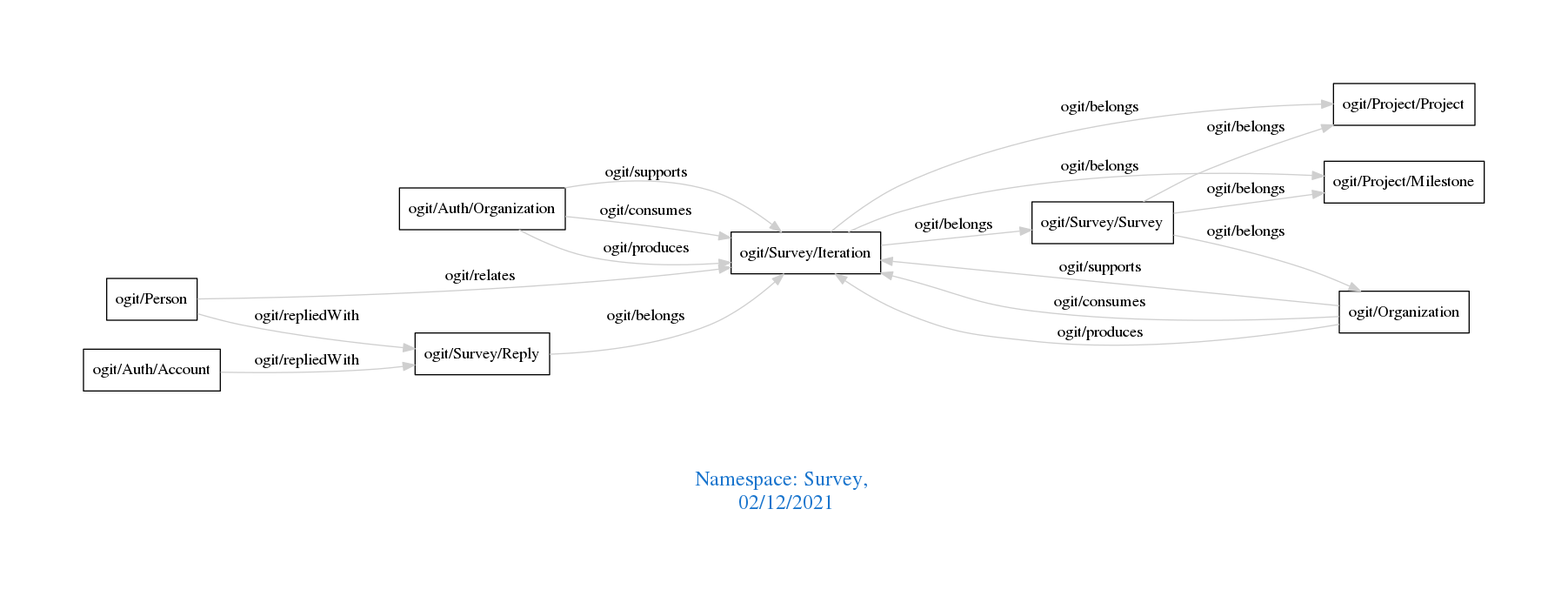
arago/OGIT keeps this Graphviz diagram as downloads/Survey.png. Above is the earlier version. Its source is kept beside it as downloads/Survey.dot.
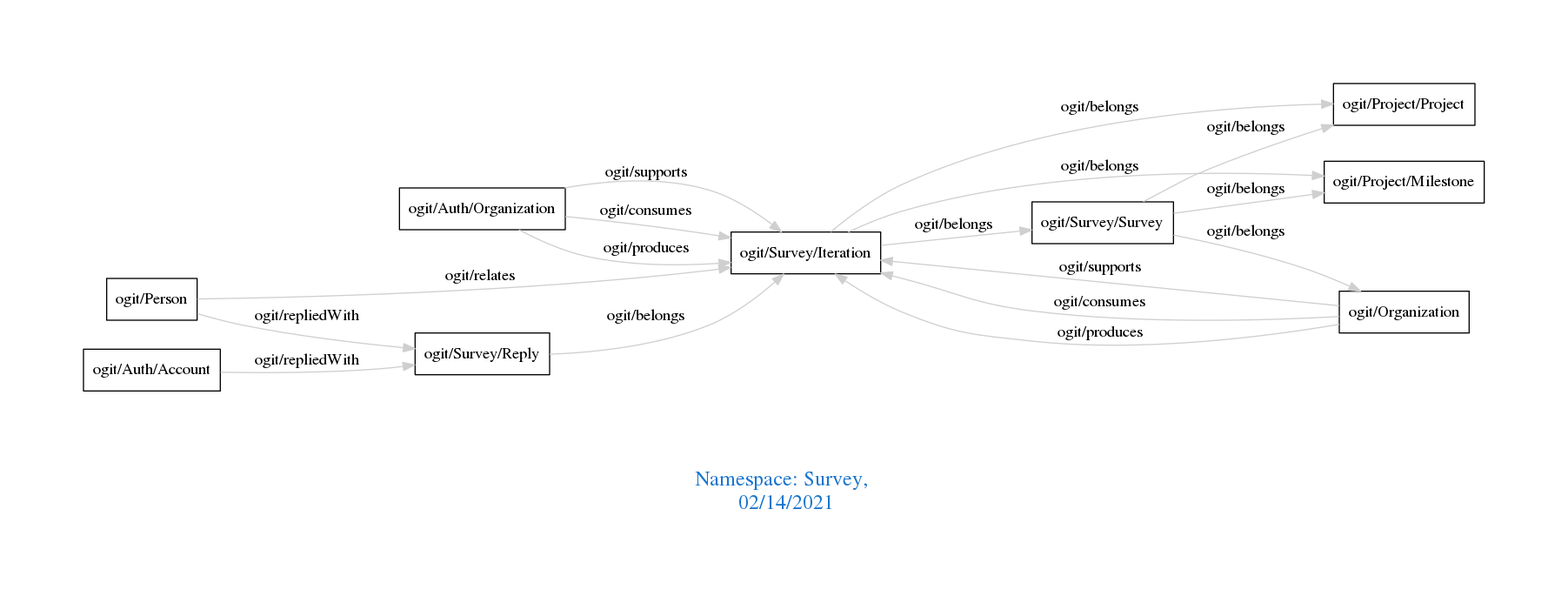
The same diagram one commit later.

The edit, as a diff of the source:
```diff
@@ -1,7 +1,7 @@
 digraph OGIT_ontology {
  graph [ rankdir= LR,pad=1
 fontsize = 18,
-fontcolor= dodgerblue3,label = "\n\n\nNamespace: Survey, \n 02/12/2021"];
+fontcolor= dodgerblue3,label = "\n\n\nNamespace: Survey, \n 02/14/2021"];
 node[shape=polygon];
 edge [  color="gray81"];
 
```
